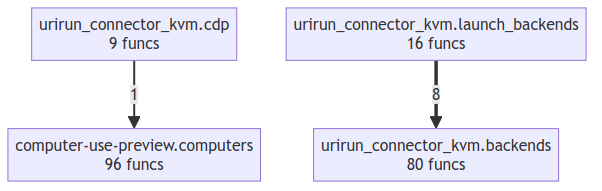
The Mermaid diagram project/compact_flow.png in if-uri/urirun-connector-kvm, before a commit. Its source is kept beside it as project/compact_flow.mmd.
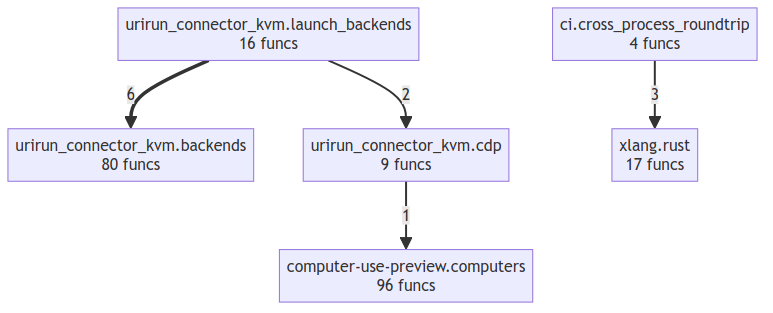
Later version of the same file.

Change to the diagram source:
```diff
@@ -1,7 +1,11 @@
 flowchart TD
+    ci__cross_process_roundtrip["ci.cross_process_roundtrip<br/>4 funcs"]
     computer_use_preview__computers["computer-use-preview.computers<br/>96 funcs"]
     urirun_connector_kvm__backends["urirun_connector_kvm.backends<br/>80 funcs"]
     urirun_connector_kvm__cdp["urirun_connector_kvm.cdp<br/>9 funcs"]
     urirun_connector_kvm__launch_backends["urirun_connector_kvm.launch_backends<br/>16 funcs"]
-    urirun_connector_kvm__launch_backends ==>|8| urirun_connector_kvm__backends
+    xlang__rust["xlang.rust<br/>17 funcs"]
+    urirun_connector_kvm__launch_backends ==>|6| urirun_connector_kvm__backends
+    ci__cross_process_roundtrip -->|3| xlang__rust
+    urirun_connector_kvm__launch_backends -->|2| urirun_connector_kvm__cdp
     urirun_connector_kvm__cdp -->|1| computer_use_preview__computers
```
